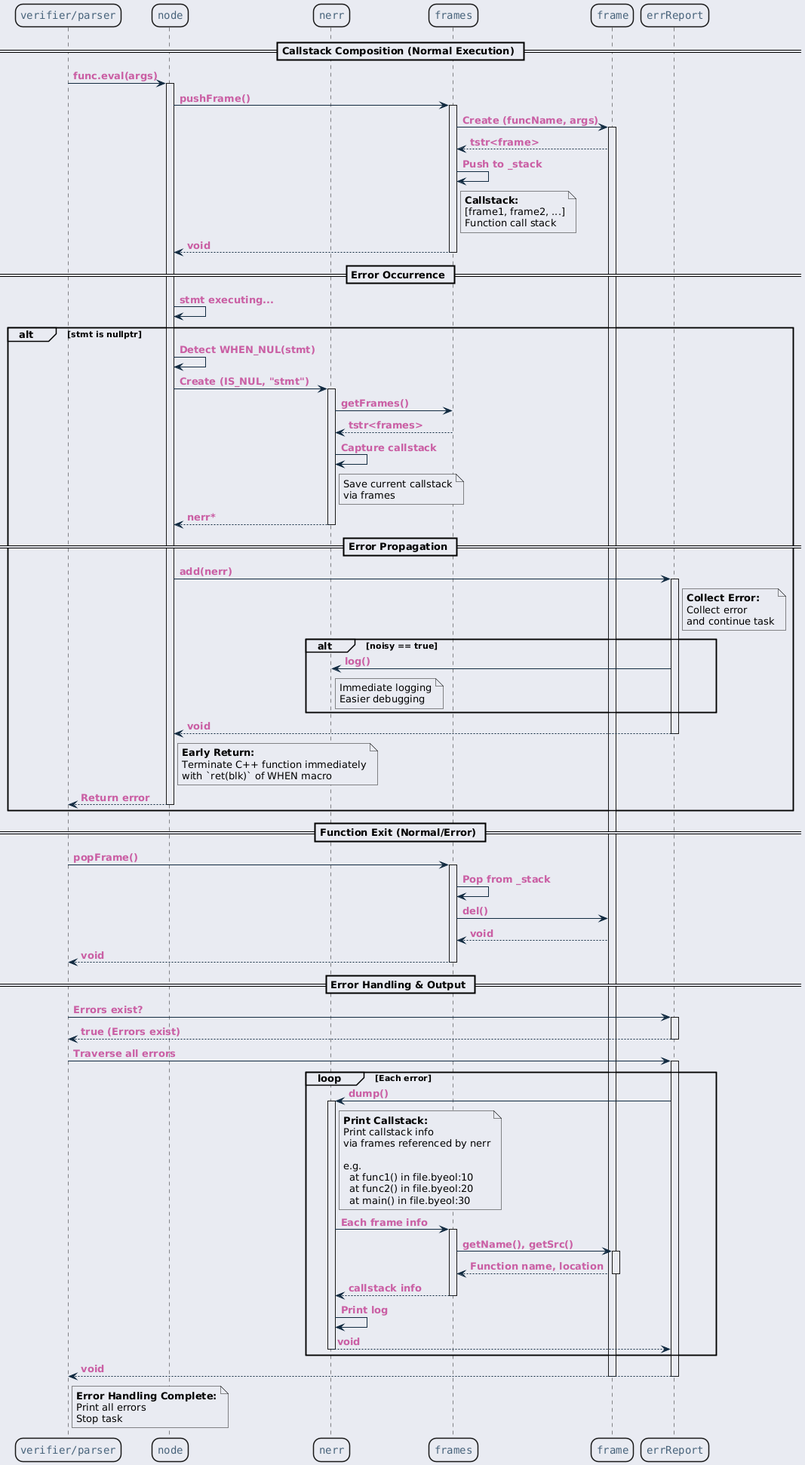
Above: ref/generated/ko/inline_umlgraph_36.png in byeolang/website (PlantUML), before the change.
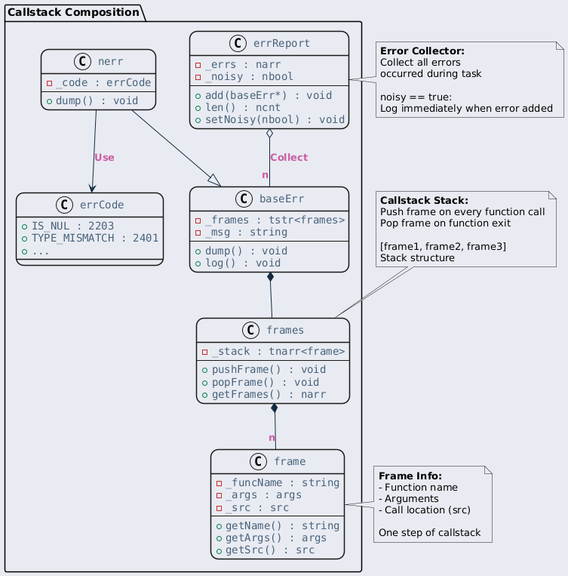
After the change.

Change to the diagram source:
```diff
@@ -23,155 +23,85 @@
     }
 }
 </style>
-participant "verifier/parser" as worker
-participant "node" as node
-participant "nerr" as nerr
-participant "frames" as frames
-participant "frame" as frame
-participant "errReport" as errReport
+package "Callstack Composition" {
+    class "frames" as frames {
+        - _stack : tnarr<frame>
+        ---
+        + pushFrame() : void
+        + popFrame() : void
+        + getFrames() : narr
+    }
 
-== Callstack Composition (Normal Execution) ==
+    class "frame" as frame {
+        - _funcName : string
+        - _args : args
+        - _src : src
+        ---
+        + getName() : string
+        + getArgs() : args
+        + getSrc() : src
+    }
 
-worker -> node : func.eval(args)
-activate node
+    class "baseErr" as baseErr {
+        - _frames : tstr<frames>
+        - _msg : string
+        ---
+        + dump() : void
+        + log() : void
+    }
 
-node -> frames : pushFrame()
-activate frames
+    class "nerr" as nerr {
+        - _code : errCode
+        ---
+        + dump() : void
+    }
 
-frames -> frame : Create (funcName, args)
-activate frame
+    class "errReport" as errReport {
+        - _errs : narr
+        - _noisy : nbool
+        ---
+        + add(baseErr*) : void
+        + len() : ncnt
+        + setNoisy(nbool) : void
+    }
 
-frame --> frames : tstr<frame>
-frames -> frames : Push to _stack
+    class "errCode" as errCode {
+        + IS_NUL : 2203
+        + TYPE_MISMATCH : 2401
+        + ...
+    }
+}
 
-note right of frames
-  <b>Callstack:</b>
-  [frame1, frame2, ...]
-  Function call stack
+note top of frames
+  <b>Callstack Stack:</b>
+  Push frame on every function call
+  Pop frame on function exit
+
+  [frame1, frame2, frame3]
+  Stack structure
 end note
 
-frames --> node : void
-deactivate frames
+note right of frame
+  <b>Frame Info:</b>
+  - Function name
+  - Arguments
+  - Call location (src)
 
-== Error Occurrence ==
-
-node -> node : stmt executing...
-
-alt stmt is nullptr
-    node -> node : Detect WHEN_NUL(stmt)
-    node -> nerr : Create (IS_NUL, "stmt")
-    activate nerr
-
-    nerr -> frames : getFrames()
-    frames --> nerr : tstr<frames>
-
-    nerr -> nerr : Capture callstack
-    note right of nerr
-      Save current callstack
-      via frames
-    end note
-
-    nerr --> node : nerr*
-    deactivate nerr
-
-== Error Propagation ==
-
-    node -> errReport : add(nerr)
-    activate errReport
-
-    note right of errReport
-      <b>Collect Error:</b>
-      Collect error
-      and continue task
-    end note
-
-    alt noisy == true
-        errReport -> nerr : log()
-        note right of nerr
-          Immediate logging
-          Easier debugging
-        end note
-    end
-
-    errReport --> node : void
-    deactivate errReport
-
-    note right of node
-      <b>Early Return:</b>
-      Terminate C++ function immediately
-      with `ret(blk)` of WHEN macro
-    end note
-
-    node --> worker : Return error
-    deactivate node
-
-end
-
-== Function Exit (Normal/Error) ==
-
-worker -> frames : popFrame()
-activate frames
-
-frames -> frames : Pop from _stack
-frames -> frame : del()
-frame --> frames : void
-frames --> worker : void
-deactivate frames
-
-== Error Handling & Output ==
-
-worker -> errReport : Errors exist?
-activate errReport
-
-errReport --> worker : true (Errors exist)
-deactivate errReport
-
-worker -> errReport : Traverse all errors
-activate errReport
-
-loop Each error
-
-    errReport -> nerr : dump()
-    activate nerr
-
-    note right of nerr
-      <b>Print Callstack:</b>
-      Print callstack info
-      via frames referenced by nerr
-
-      e.g.
-        at func1() in file.byeol:10
-        at func2() in file.byeol:20
-        at main() in file.byeol:30
-    end note
-
-    nerr -> frames : Each frame info
-    activate frames
-
-    frames -> frame : getName(), getSrc()
-    activate frame
-
-    frame --> frames : Function name, location
-    deactivate frame
-
-    frames --> nerr : callstack info
-    deactivate frames
-
-    nerr -> nerr : Print log
-
-    nerr --> errReport : void
-    deactivate nerr
-
-end
-
-errReport --> worker : void
-deactivate errReport
-
-note right of worker
-  <b>Error Handling Complete:</b>
-  Print all errors
-  Stop task
+  One step of callstack
 end note
 
-deactivate frame
+note right of errReport
+  <b>Error Collector:</b>
+  Collect all errors
+  occurred during task
+
+  noisy == true:
+  Log immediately when error added
+end note
+
+frames *-- "n" frame
+baseErr *-- frames
+nerr --|> baseErr
+errReport o-- "n" baseErr : Collect
+nerr --> errCode : Use
 @enduml
```
